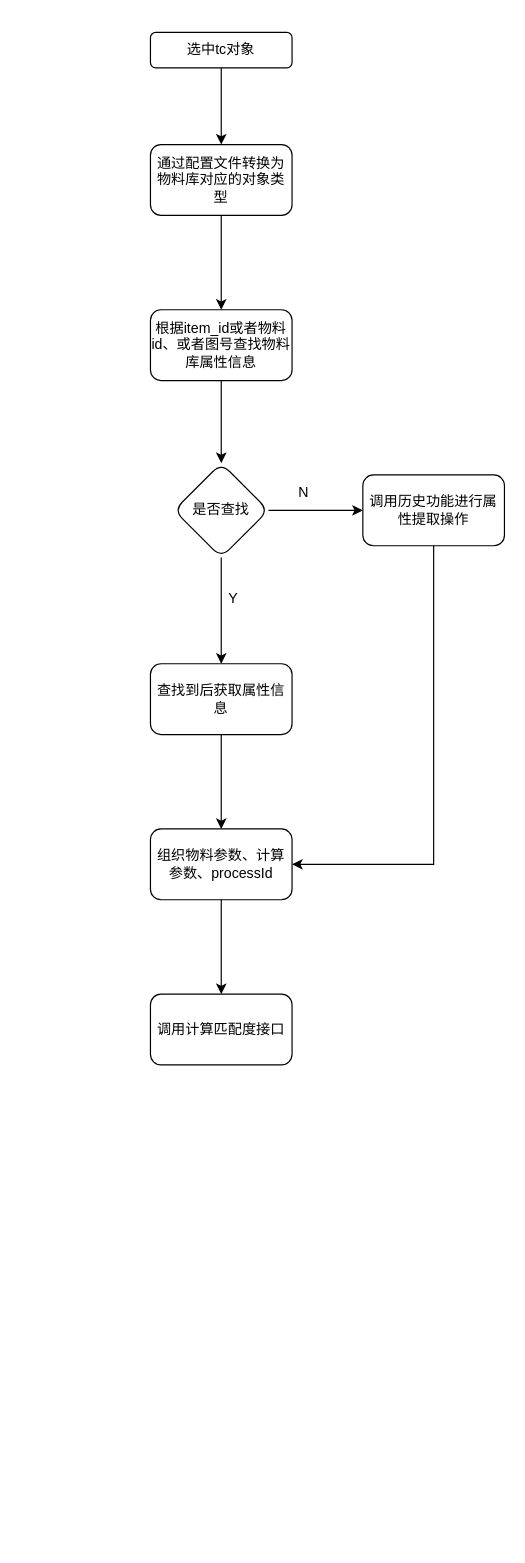
Above: Untitled Diagram.drawio in yanchiuvip/draw.io (draw.io), before the change. Source tidied: cells renumbered, new cells numbered last; positions are measured from the earlier drawing's top-left corner, leaving out a move shared by most shapes. Both pictures are drawn from the tidied source at 118%, with x=0, y=0 at pixel (150, 32).
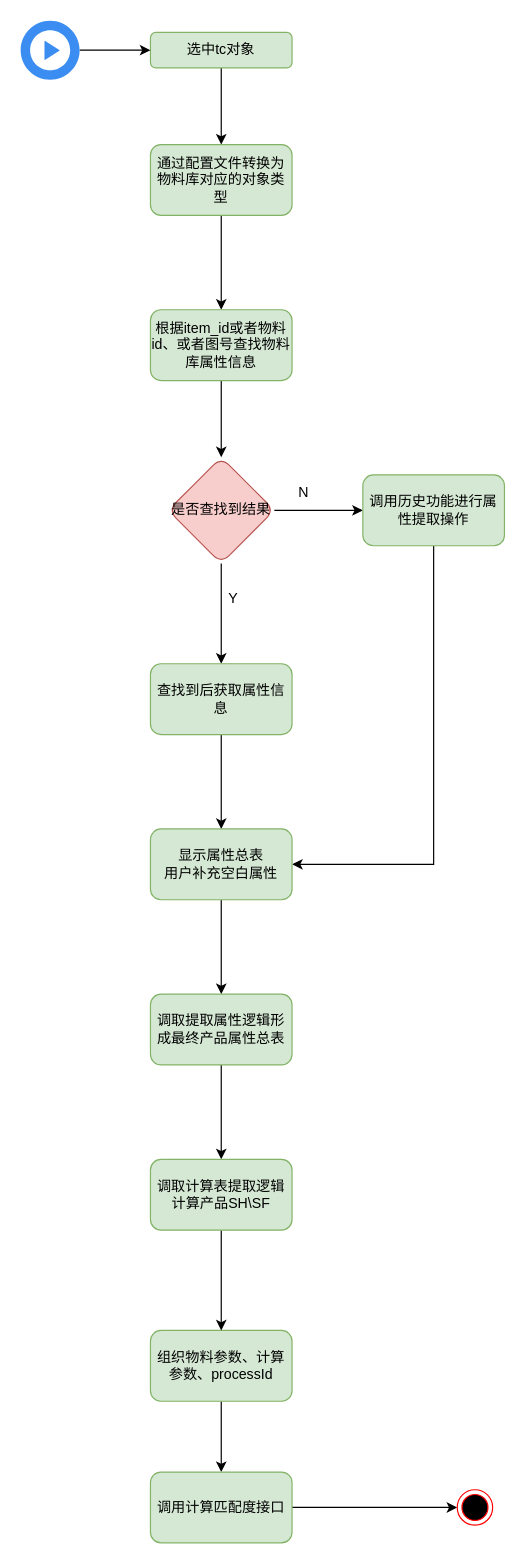
Above is the later version.

Change to the diagram source:
```diff
@@
-    <mxCell id="3" value="选中tc对象" style="rounded=1;whiteSpace=wrap;html=1;" parent="1" vertex="1">
+    <mxCell id="3" value="选中tc对象" style="rounded=1;whiteSpace=wrap;html=1;fillColor=#d5e8d4;strokeColor=#82b366;" parent="1" vertex="1">
       <mxGeometry width="120" height="30" as="geometry" />
     </mxCell>
@@
-    <mxCell id="5" value="通过配置文件转换为物料库对应的对象类型" style="whiteSpace=wrap;html=1;rounded=1;" parent="1" vertex="1">
+    <mxCell id="5" value="通过配置文件转换为物料库对应的对象类型" style="whiteSpace=wrap;html=1;rounded=1;fillColor=#d5e8d4;strokeColor=#82b366;" parent="1" vertex="1">
       <mxGeometry y="95" width="120" height="60" as="geometry" />
     </mxCell>
-    <mxCell id="6" style="edgeStyle=orthogonalEdgeStyle;rounded=0;jettySize=auto;html=1;" parent="1" edge="1" source="7" target="10">
+    <mxCell id="6" style="edgeStyle=orthogonalEdgeStyle;rounded=0;jettySize=auto;html=1;exitX=0.5;exitY=1;exitDx=0;exitDy=0;entryX=0.5;entryY=0;entryDx=0;entryDy=0;" parent="1" edge="1" source="7" target="10">
       <mxGeometry relative="1" as="geometry" />
     </mxCell>
-    <mxCell id="7" value="根据item_id或者物料id、或者图号查找物料库属性信息" style="whiteSpace=wrap;html=1;rounded=1;" parent="1" vertex="1">
+    <mxCell id="7" value="根据item_id或者物料id、或者图号查找物料库属性信息" style="whiteSpace=wrap;html=1;rounded=1;fillColor=#d5e8d4;strokeColor=#82b366;" parent="1" vertex="1">
       <mxGeometry y="235" width="120" height="60" as="geometry" />
     </mxCell>
@@
-    <mxCell id="10" value="是否查找" style="rhombus;whiteSpace=wrap;html=1;rounded=1;" parent="1" vertex="1">
-      <mxGeometry x="20" y="365" width="80" height="80" as="geometry" />
+    <mxCell id="10" value="是否查找到结果" style="rhombus;whiteSpace=wrap;html=1;rounded=1;fillColor=#f8cecc;strokeColor=#b85450;" parent="1" vertex="1">
+      <mxGeometry x="15" y="360" width="90" height="90" as="geometry" />
     </mxCell>
-    <mxCell id="11" style="edgeStyle=orthogonalEdgeStyle;rounded=0;jettySize=auto;html=1;" parent="1" edge="1" source="12" target="18">
-      <mxGeometry relative="1" as="geometry" />
-    </mxCell>
+    <mxCell id="20" style="edgeStyle=orthogonalEdgeStyle;rounded=0;jettySize=auto;html=1;" parent="1" edge="1" source="12" target="27">
+      <mxGeometry relative="1" as="geometry" />
+    </mxCell>
-    <mxCell id="12" value="查找到后获取属性信息" style="whiteSpace=wrap;html=1;rounded=1;" parent="1" vertex="1">
+    <mxCell id="12" value="查找到后获取属性信息" style="whiteSpace=wrap;html=1;rounded=1;fillColor=#d5e8d4;strokeColor=#82b366;" parent="1" vertex="1">
       <mxGeometry y="535" width="120" height="60" as="geometry" />
     </mxCell>
@@
-    <mxCell id="14" style="edgeStyle=orthogonalEdgeStyle;rounded=0;jettySize=auto;html=1;entryX=1;entryY=0.5;entryDx=0;entryDy=0;" parent="1" edge="1" source="15" target="18">
-      <mxGeometry relative="1" as="geometry">
-        <Array as="points">
-          <mxPoint x="240" y="705" />
-        </Array>
-      </mxGeometry>
-    </mxCell>
+    <mxCell id="21" style="edgeStyle=orthogonalEdgeStyle;rounded=0;jettySize=auto;html=1;exitX=0.5;exitY=1;exitDx=0;exitDy=0;entryX=1;entryY=0.5;entryDx=0;entryDy=0;" parent="1" edge="1" source="15" target="27">
+      <mxGeometry relative="1" as="geometry" />
+    </mxCell>
-    <mxCell id="15" value="调用历史功能进行属性提取操作" style="whiteSpace=wrap;html=1;rounded=1;" parent="1" vertex="1">
+    <mxCell id="15" value="调用历史功能进行属性提取操作" style="whiteSpace=wrap;html=1;rounded=1;fillColor=#d5e8d4;strokeColor=#82b366;" parent="1" vertex="1">
       <mxGeometry x="180" y="375" width="120" height="60" as="geometry" />
     </mxCell>
@@
-    <mxCell id="18" value="组织物料参数、计算参数、processId" style="whiteSpace=wrap;html=1;rounded=1;" parent="1" vertex="1">
-      <mxGeometry y="675" width="120" height="60" as="geometry" />
+    <mxCell id="18" value="组织物料参数、计算参数、processId" style="whiteSpace=wrap;html=1;rounded=1;fillColor=#d5e8d4;strokeColor=#82b366;" parent="1" vertex="1">
+      <mxGeometry y="1100" width="120" height="60" as="geometry" />
     </mxCell>
+    <mxCell id="22" style="edgeStyle=orthogonalEdgeStyle;rounded=0;jettySize=auto;html=1;" parent="1" edge="1" source="19" target="25">
+      <mxGeometry relative="1" as="geometry" />
+    </mxCell>
-    <mxCell id="19" value="调用计算匹配度接口" style="whiteSpace=wrap;html=1;rounded=1;" parent="1" vertex="1">
-      <mxGeometry y="815" width="120" height="60" as="geometry" />
+    <mxCell id="19" value="调用计算匹配度接口" style="whiteSpace=wrap;html=1;rounded=1;fillColor=#d5e8d4;strokeColor=#82b366;" parent="1" vertex="1">
+      <mxGeometry y="1220" width="120" height="60" as="geometry" />
     </mxCell>
+    <mxCell id="23" style="edgeStyle=orthogonalEdgeStyle;rounded=0;jettySize=auto;html=1;entryX=0;entryY=0.5;entryDx=0;entryDy=0;" parent="1" edge="1" source="24" target="3">
+      <mxGeometry relative="1" as="geometry" />
+    </mxCell>
+    <mxCell id="24" style="sketch=0;html=1;strokeColor=none;shadow=0;align=center;verticalAlign=top;fillColor=#3B8DF1;shape=mxgraph.gcp2.play_start;" parent="1" vertex="1">
+      <mxGeometry x="-110" y="-10" width="50" height="50" as="geometry" />
+    </mxCell>
+    <mxCell id="25" style="ellipse;html=1;shape=endState;fillColor=#000000;strokeColor=#ff0000;" parent="1" vertex="1">
+      <mxGeometry x="260" y="1235" width="30" height="30" as="geometry" />
+    </mxCell>
+    <mxCell id="26" style="edgeStyle=orthogonalEdgeStyle;rounded=0;jettySize=auto;html=1;" parent="1" edge="1" source="27" target="29">
+      <mxGeometry relative="1" as="geometry" />
+    </mxCell>
+    <mxCell id="27" value="显示属性总表&lt;br&gt;用户补充空白属性" style="whiteSpace=wrap;html=1;rounded=1;fillColor=#d5e8d4;strokeColor=#82b366;" parent="1" vertex="1">
+      <mxGeometry y="675" width="120" height="60" as="geometry" />
+    </mxCell>
+    <mxCell id="28" style="edgeStyle=orthogonalEdgeStyle;rounded=0;jettySize=auto;html=1;" parent="1" edge="1" source="29" target="31">
+      <mxGeometry relative="1" as="geometry" />
+    </mxCell>
+    <mxCell id="29" value="调取提取属性逻辑形成最终产品属性总表" style="whiteSpace=wrap;html=1;rounded=1;fillColor=#d5e8d4;strokeColor=#82b366;" parent="1" vertex="1">
+      <mxGeometry y="815" width="120" height="60" as="geometry" />
+    </mxCell>
+    <mxCell id="30" style="edgeStyle=orthogonalEdgeStyle;rounded=0;jettySize=auto;html=1;" parent="1" edge="1" source="31" target="18">
+      <mxGeometry relative="1" as="geometry" />
+    </mxCell>
+    <mxCell id="31" value="调取计算表提取逻辑计算产品SH\SF" style="whiteSpace=wrap;html=1;rounded=1;fillColor=#d5e8d4;strokeColor=#82b366;" parent="1" vertex="1">
+      <mxGeometry y="955" width="120" height="60" as="geometry" />
+    </mxCell>
```
